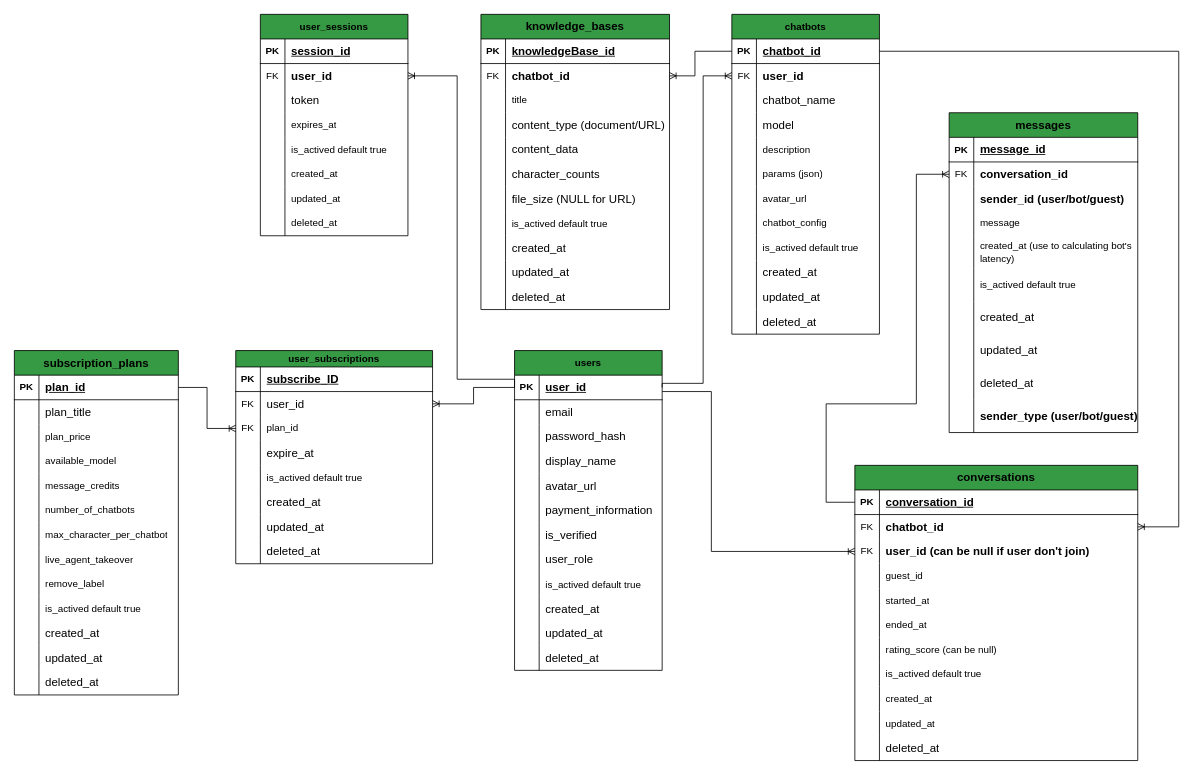
This is page "Page-5" (5 of 5) of docs/database_diagrams/Ally_Database.drawio from DNAnh01/learn-fast-api, a draw.io file, before an edit. Source tidied: cells renumbered, new cells numbered last; positions are measured from the earlier drawing's top-left corner, leaving out a move shared by most shapes. Both pictures are drawn from the tidied source at 82%, with x=0, y=0 at pixel (14, 14).
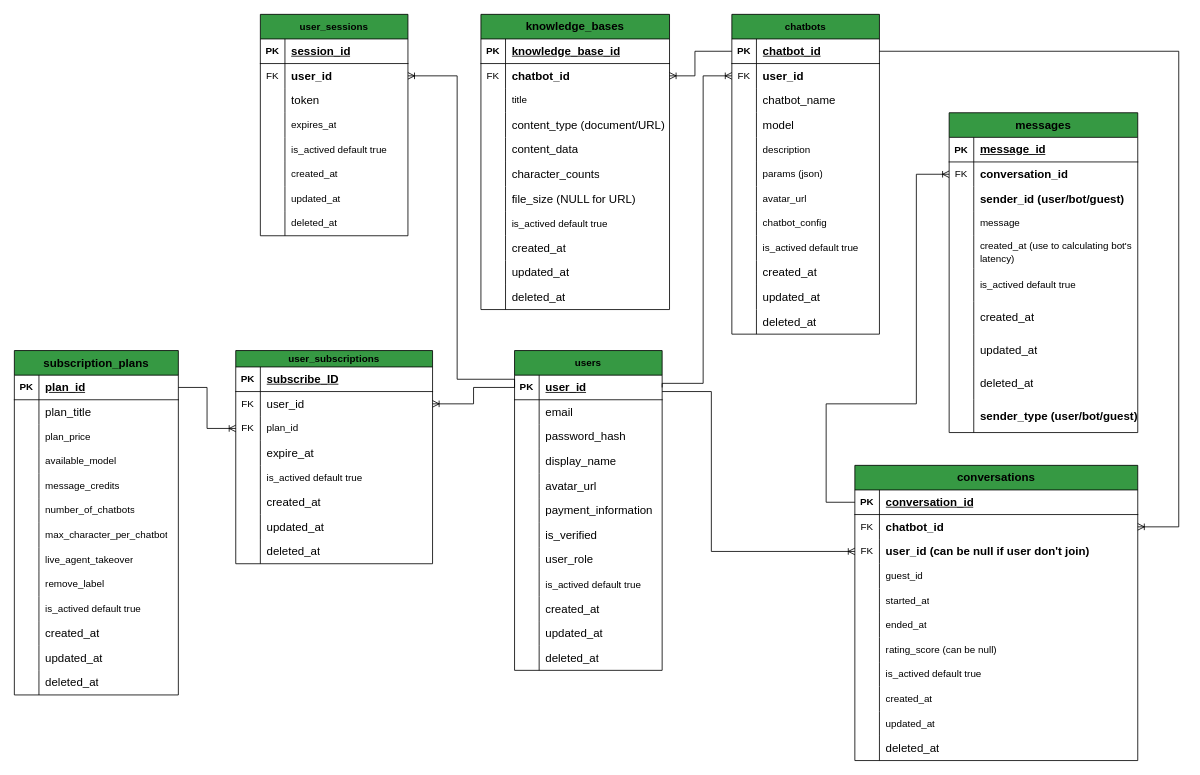
The same page after the edit.

The change refers to these unchanged cells:
```xml
<mxCell id="167" style="shape=tableRow;horizontal=0;startSize=0;swimlaneHead=0;swimlaneBody=0;fillColor=none;top=0;left=0;right=0;bottom=1;fontColor=default;align=center;whiteSpace=wrap;html=1;labelBackgroundColor=none;fontFamily=Helvetica;" parent="166" vertex="1">
  <mxGeometry y="30" width="230" height="30" as="geometry" />
</mxCell>
```

Diff of the diagram source:
```diff
@@
-    <mxCell id="169" value="&lt;div style=&quot;font-size: 14px; line-height: 19px; white-space: pre;&quot;&gt;&lt;div style=&quot;line-height: 19px;&quot;&gt;&lt;div style=&quot;line-height: 19px;&quot;&gt;&lt;div style=&quot;line-height: 19px;&quot;&gt;&lt;span style=&quot;&quot;&gt;knowledgeBase_id&lt;/span&gt;&lt;/div&gt;&lt;/div&gt;&lt;/div&gt;&lt;/div&gt;" style="shape=partialRectangle;fillColor=none;top=0;left=0;bottom=0;right=0;align=left;spacingLeft=6;fontStyle=5;overflow=hidden;whiteSpace=wrap;html=1;fontColor=default;labelBackgroundColor=none;fontFamily=Helvetica;" parent="167" vertex="1">
+    <mxCell id="169" value="&lt;div style=&quot;font-size: 14px; line-height: 19px; white-space: pre;&quot;&gt;&lt;div style=&quot;line-height: 19px;&quot;&gt;&lt;div style=&quot;line-height: 19px;&quot;&gt;&lt;div style=&quot;line-height: 19px;&quot;&gt;&lt;span style=&quot;&quot;&gt;knowledge_base_id&lt;/span&gt;&lt;/div&gt;&lt;/div&gt;&lt;/div&gt;&lt;/div&gt;" style="shape=partialRectangle;fillColor=none;top=0;left=0;bottom=0;right=0;align=left;spacingLeft=6;fontStyle=5;overflow=hidden;whiteSpace=wrap;html=1;fontColor=default;labelBackgroundColor=none;fontFamily=Helvetica;" parent="167" vertex="1">
       <mxGeometry x="30" width="200" height="30" as="geometry" />
     </mxCell>
```
